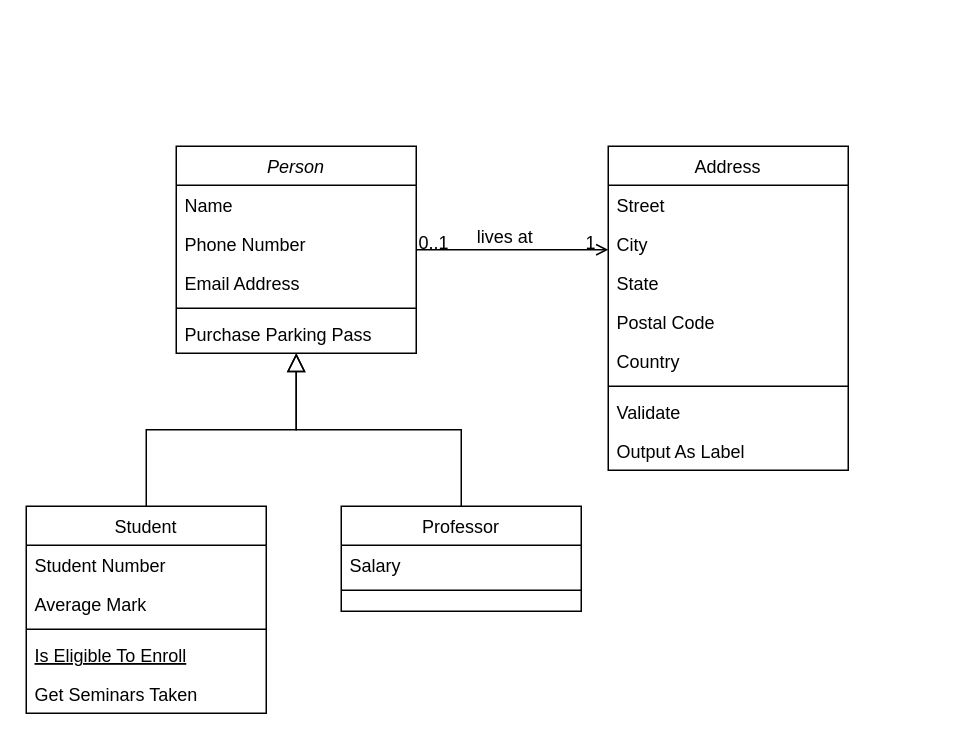
Before: Diagramme sans nom.drawio in Jorissalmon/DU_Data_Management, a draw.io diagram. Source tidied: cells renumbered, new cells numbered last; positions are measured from the earlier drawing's top-left corner, leaving out a move shared by most shapes. Both pictures are drawn from the tidied source at 150%, with x=0, y=0 at pixel (26, 146).
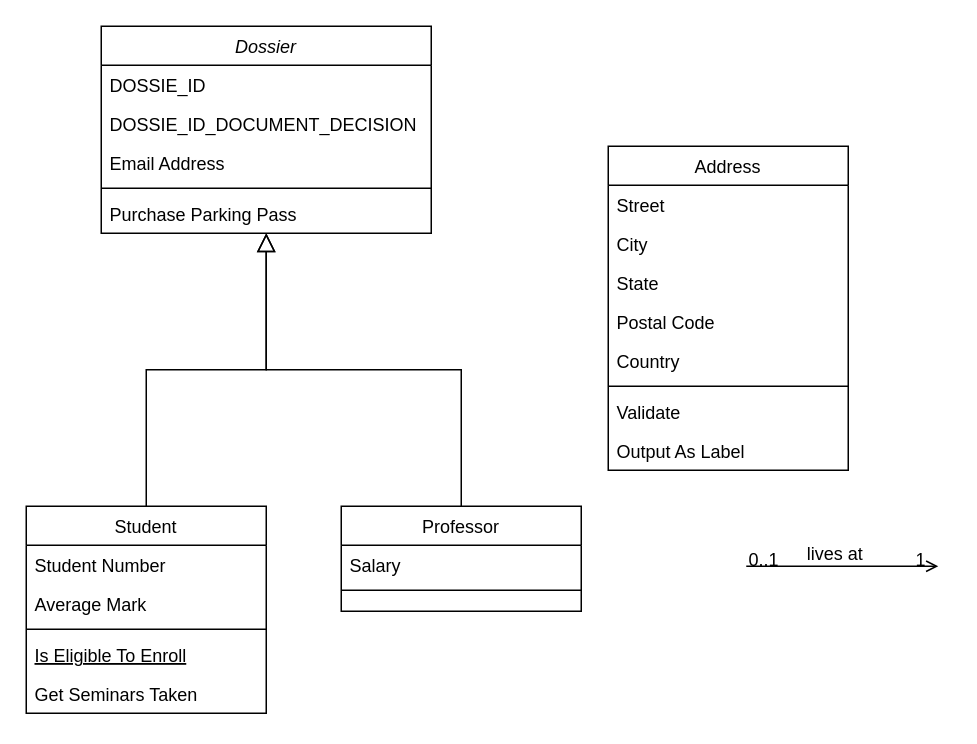
After the change.

Commit message:
Sanitaire & Sociale

The change refers to these unchanged cells:
```xml
<mxCell id="19" value="Address" style="swimlane;fontStyle=0;align=center;verticalAlign=top;horizontal=1;startSize=26;rounded=0;shadow=0;strokeWidth=1;" parent="1" vertex="1">
  <mxGeometry x="388" width="160" height="216" as="geometry" />
</mxCell>
```

What changed in the source:
```diff
@@
-    <mxCell id="2" value="Person" style="swimlane;fontStyle=2;align=center;verticalAlign=top;horizontal=1;startSize=26;rounded=0;shadow=0;strokeWidth=1;" parent="1" vertex="1">
-      <mxGeometry x="100" width="160" height="138" as="geometry" />
+    <mxCell id="2" value="Dossier" style="swimlane;fontStyle=2;align=center;verticalAlign=top;horizontal=1;startSize=26;rounded=0;shadow=0;strokeWidth=1;" parent="1" vertex="1">
+      <mxGeometry x="50" y="-80" width="220" height="138" as="geometry" />
     </mxCell>
-    <mxCell id="3" value="Name" style="text;align=left;verticalAlign=top;spacingLeft=4;spacingRight=4;overflow=hidden;" parent="2" vertex="1">
-      <mxGeometry y="26" width="160" height="26" as="geometry" />
+    <mxCell id="3" value="DOSSIE_ID" style="text;align=left;verticalAlign=top;spacingLeft=4;spacingRight=4;overflow=hidden;" parent="2" vertex="1">
+      <mxGeometry y="26" width="220" height="26" as="geometry" />
     </mxCell>
-    <mxCell id="4" value="Phone Number" style="text;align=left;verticalAlign=top;spacingLeft=4;spacingRight=4;overflow=hidden;rounded=0;shadow=0;html=0;" parent="2" vertex="1">
-      <mxGeometry y="52" width="160" height="26" as="geometry" />
+    <mxCell id="4" value="DOSSIE_ID_DOCUMENT_DECISION" style="text;align=left;verticalAlign=top;spacingLeft=4;spacingRight=4;overflow=hidden;rounded=0;shadow=0;html=0;" parent="2" vertex="1">
+      <mxGeometry y="52" width="220" height="26" as="geometry" />
     </mxCell>
     <mxCell id="5" value="Email Address" style="text;align=left;verticalAlign=top;spacingLeft=4;spacingRight=4;overflow=hidden;rounded=0;shadow=0;html=0;" parent="2" vertex="1">
-      <mxGeometry y="78" width="160" height="26" as="geometry" />
+      <mxGeometry y="78" width="220" height="26" as="geometry" />
     </mxCell>
     <mxCell id="6" style="line;html=1;strokeWidth=1;align=left;verticalAlign=middle;spacingTop=-1;spacingLeft=3;spacingRight=3;labelPosition=right;" parent="2" vertex="1">
-      <mxGeometry y="104" width="160" height="8" as="geometry" />
+      <mxGeometry y="104" width="220" height="8" as="geometry" />
     </mxCell>
     <mxCell id="7" value="Purchase Parking Pass" style="text;align=left;verticalAlign=top;spacingLeft=4;spacingRight=4;overflow=hidden;" parent="2" vertex="1">
-      <mxGeometry y="112" width="160" height="26" as="geometry" />
+      <mxGeometry y="112" width="220" height="26" as="geometry" />
     </mxCell>
@@
-    <mxCell id="28" style="endArrow=open;shadow=0;strokeWidth=1;rounded=0;curved=0;endFill=1;edgeStyle=elbowEdgeStyle;elbow=vertical;" parent="1" edge="1" source="2" target="19">
+    <mxCell id="28" style="endArrow=open;shadow=0;strokeWidth=1;rounded=0;curved=0;endFill=1;edgeStyle=elbowEdgeStyle;elbow=vertical;" parent="1" edge="1">
       <mxGeometry x="0.5" y="41" relative="1" as="geometry">
+        <mxPoint x="480" y="280" as="sourcePoint" />
+        <mxPoint x="608" y="280" as="targetPoint" />
         <mxPoint x="-40" y="32" as="offset" />
       </mxGeometry>
     </mxCell>
```
